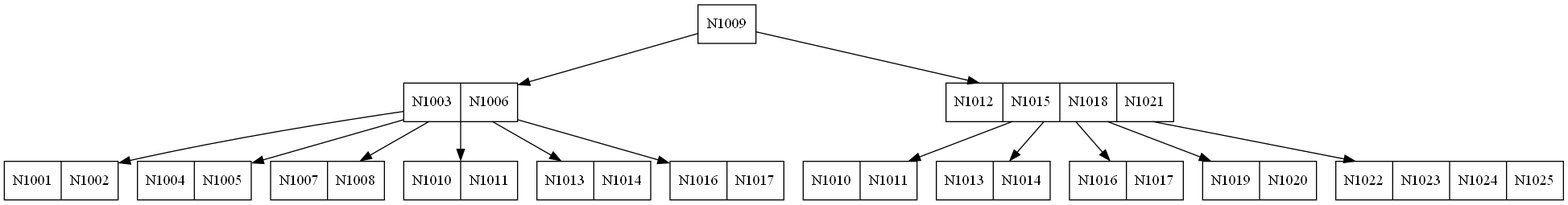
This is cmake-build-debug/btree.png from Samashoas/202109705_Proyecto_EDD, a Graphviz export, as it was before one commit. Its source is kept beside it as cmake-build-debug/btree.dot.
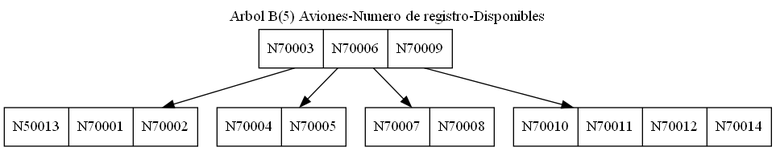
The same diagram one commit later.

What changed in the source:
```diff
@@ -1,31 +1,15 @@
 digraph G {
 node [shape=record];
 rank=same;
-node0 [label="<f0> N1009"];
-node1 [label="<f0> N1003 | <f1> N1006"];
-node2 [label="<f0> N1001 | <f1> N1002"];
-node1 -> node2;
-node3 [label="<f0> N1004 | <f1> N1005"];
-node1 -> node3;
-node4 [label="<f0> N1007 | <f1> N1008"];
-node1 -> node4;
-node5 [label="<f0> N1010 | <f1> N1011"];
-node1 -> node5;
-node6 [label="<f0> N1013 | <f1> N1014"];
-node1 -> node6;
-node7 [label="<f0> N1016 | <f1> N1017"];
-node1 -> node7;
+labelloc="t";
+label="Arbol B(5) Aviones-Numero de registro-Disponibles";
+node0 [label="<f0> N70003 | <f1> N70006 | <f2> N70009"];
+node1 [label="<f0> N50013 | <f1> N70001 | <f2> N70002"];
 node0 -> node1;
-node8 [label="<f0> N1012 | <f1> N1015 | <f2> N1018 | <f3> N1021"];
-node9 [label="<f0> N1010 | <f1> N1011"];
-node8 -> node9;
-node10 [label="<f0> N1013 | <f1> N1014"];
-node8 -> node10;
-node11 [label="<f0> N1016 | <f1> N1017"];
-node8 -> node11;
-node12 [label="<f0> N1019 | <f1> N1020"];
-node8 -> node12;
-node13 [label="<f0> N1022 | <f1> N1023 | <f2> N1024 | <f3> N1025"];
-node8 -> node13;
-node0 -> node8;
+node2 [label="<f0> N70004 | <f1> N70005"];
+node0 -> node2;
+node3 [label="<f0> N70007 | <f1> N70008"];
+node0 -> node3;
+node4 [label="<f0> N70010 | <f1> N70011 | <f2> N70012 | <f3> N70014"];
+node0 -> node4;
 }
```
